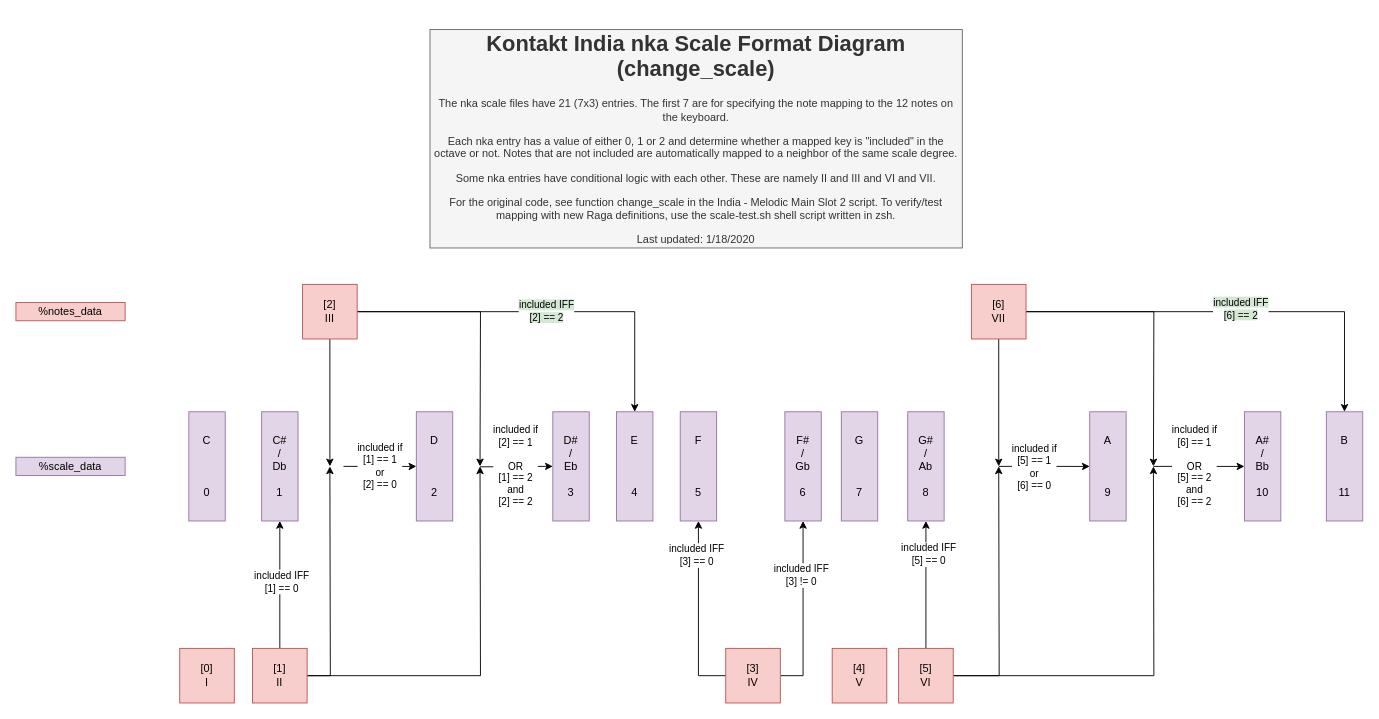
This is schematics/Kontakt India nka Scale Format Diagram.drawio from NaanProphet/ni-kontakt-india-shrutis, a draw.io file, before an edit. Source tidied: cells renumbered, new cells numbered last; positions are measured from the earlier drawing's top-left corner, leaving out a move shared by most shapes. Both pictures are drawn from the tidied source at 91%, with x=0, y=0 at pixel (15, 29).
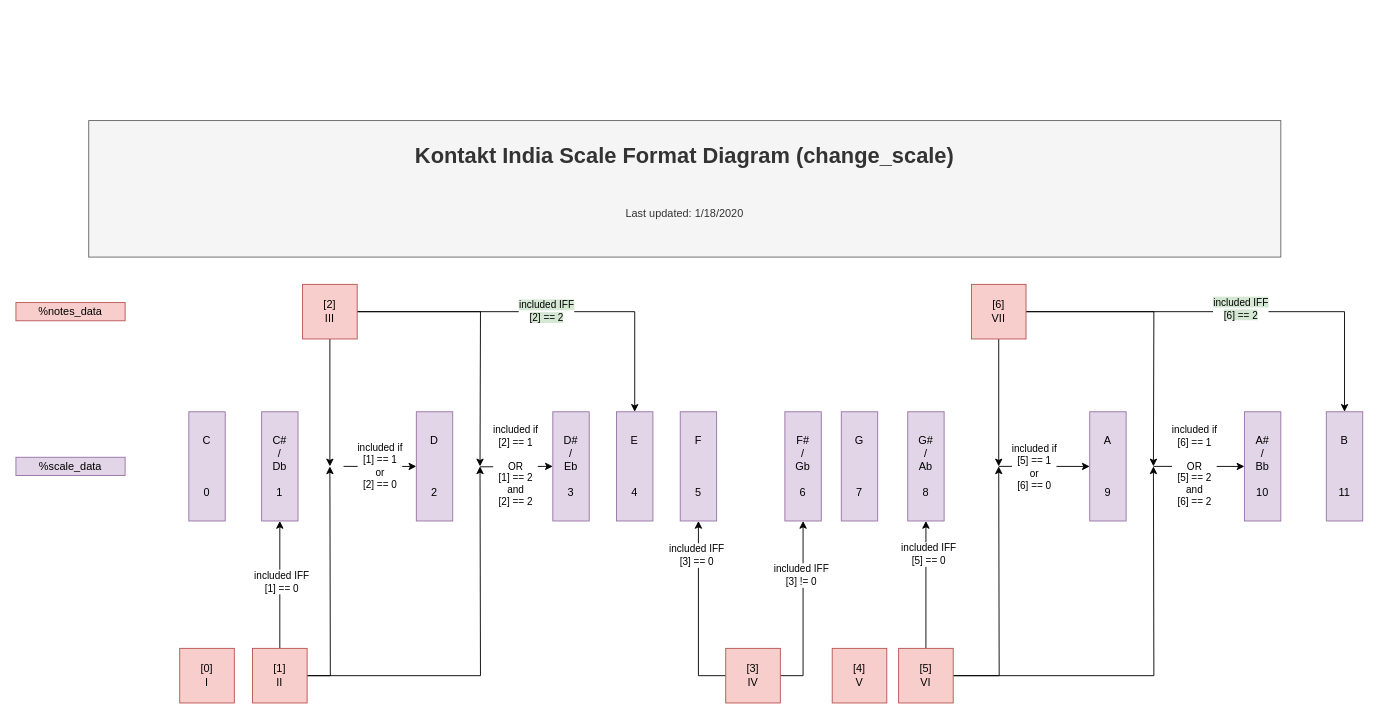
After the change.

Commit message (it also covers changes not shown here):
new get_tuning_tanpura function

Change to the diagram source:
```diff
@@
-    <mxCell id="48" value="&lt;h1&gt;Kontakt India nka Scale Format Diagram (change_scale)&lt;/h1&gt;&lt;p&gt;The nka scale files have 21 (7x3) entries. The first 7 are for specifying the note mapping to the 12 notes on the keyboard.&lt;/p&gt;&lt;p&gt;Each nka entry has a value of either 0, 1 or 2 and determine whether a mapped key is &quot;included&quot; in the octave or not. Notes that are not included are automatically mapped to a neighbor of the same scale degree.&lt;/p&gt;&lt;p&gt;Some nka entries have conditional logic with each other. These are namely II and III and VI and VII.&lt;/p&gt;&lt;p&gt;For the original code, see function&amp;nbsp;change_scale in the&amp;nbsp;India - Melodic Main Slot 2 script. To verify/test mapping with new Raga definitions, use the scale-test.sh shell script written in zsh.&lt;/p&gt;&lt;p&gt;Last updated: 1/18/2020&lt;/p&gt;" style="text;html=1;strokeColor=#666666;fillColor=#f5f5f5;spacing=5;spacingTop=-20;whiteSpace=wrap;overflow=hidden;rounded=0;fontColor=#333333;strokeWidth=1;perimeterSpacing=0;align=center;verticalAlign=middle;" parent="1" vertex="1">
-      <mxGeometry x="455" width="585" height="240" as="geometry" />
+    <mxCell id="48" value="&lt;h1&gt;Kontakt India Scale Format Diagram (change_scale)&lt;/h1&gt;&lt;p&gt;&lt;br&gt;&lt;/p&gt;&lt;p&gt;&lt;span&gt;Last updated: 1/18/2020&lt;/span&gt;&lt;br&gt;&lt;/p&gt;" style="text;html=1;strokeColor=#666666;fillColor=#f5f5f5;spacing=5;spacingTop=-20;whiteSpace=wrap;overflow=hidden;rounded=0;fontColor=#333333;strokeWidth=1;perimeterSpacing=0;align=center;verticalAlign=middle;" parent="1" vertex="1">
+      <mxGeometry x="80" y="100" width="1310" height="150" as="geometry" />
     </mxCell>
```
